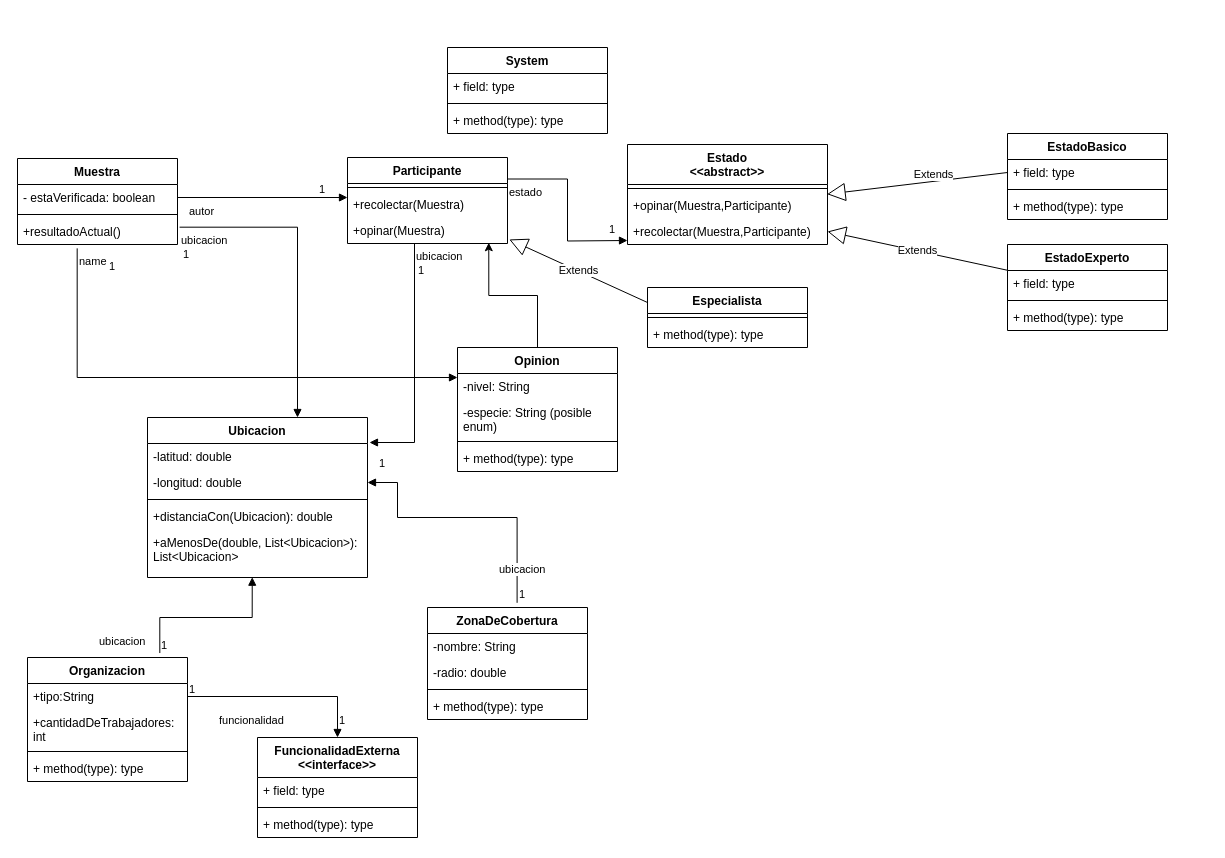
Before: UML Tp Final1.drawio in j0aquinroldan/unqui-po2-tpFinal, a draw.io diagram. Source tidied: cells renumbered, new cells numbered last; positions are measured from the earlier drawing's top-left corner, leaving out a move shared by most shapes. Both pictures are drawn from the tidied source at 100%, with x=0, y=0 at pixel (17, 47).
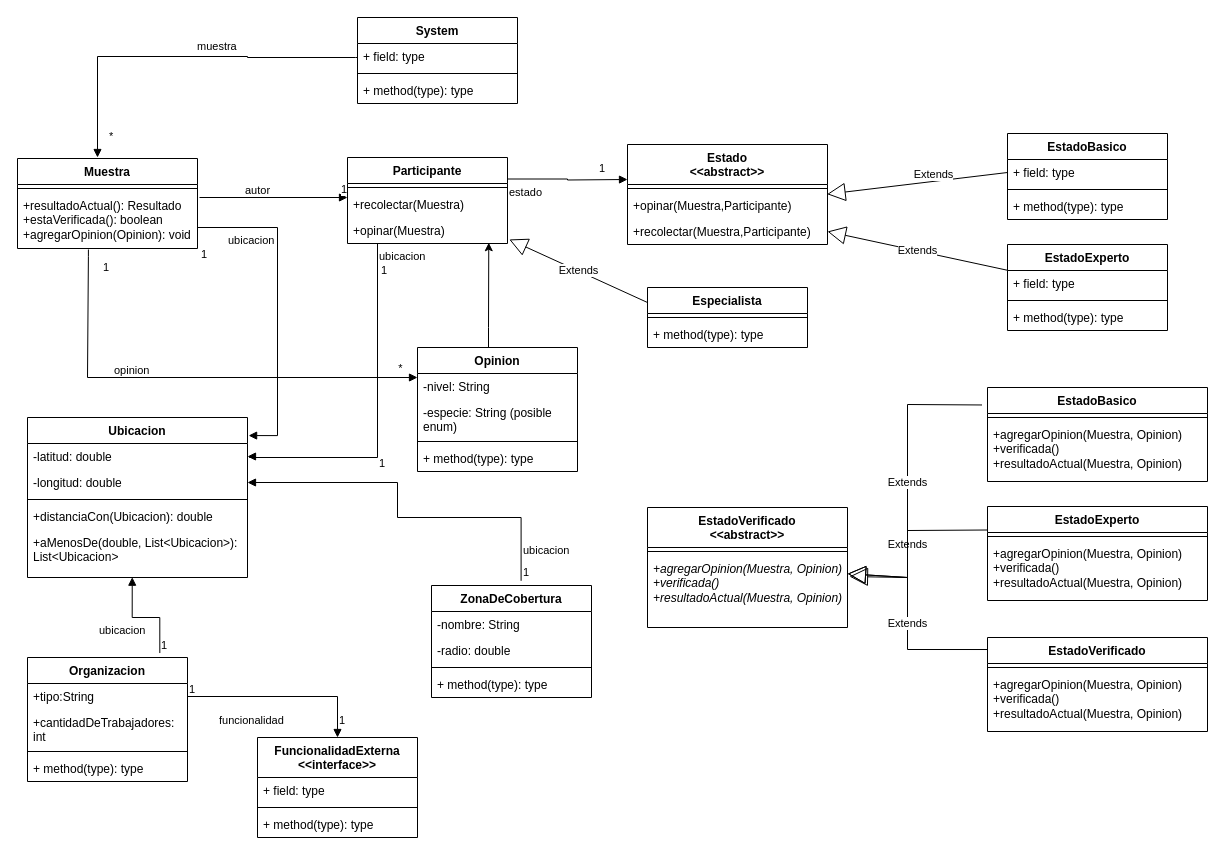
The same page after the edit.

Commit message (it also covers changes not shown here):
Change test folder to tests, UML Modified Muestra, relationships cardinality and arrows.

Unchanged cells that the change refers to:
```xml
<mxCell id="6" value="Participante" style="swimlane;fontStyle=1;align=center;verticalAlign=top;horizontal=1;startSize=26;whiteSpace=wrap;html=1;" parent="1" vertex="1">
  <mxGeometry x="330" y="110" width="160" height="86" as="geometry" />
</mxCell>
<mxCell id="8" value="+recolectar(Muestra)" style="text;strokeColor=none;fillColor=none;align=left;verticalAlign=top;spacingLeft=4;spacingRight=4;overflow=hidden;points=[[0,0.5],[1,0.5]];portConstraint=eastwest;whiteSpace=wrap;html=1;" parent="6" vertex="1">
  <mxGeometry y="34" width="160" height="26" as="geometry" />
</mxCell>
<mxCell id="9" value="+opinar(Muestra)" style="text;strokeColor=none;fillColor=none;align=left;verticalAlign=top;spacingLeft=4;spacingRight=4;overflow=hidden;points=[[0,0.5],[1,0.5]];portConstraint=eastwest;whiteSpace=wrap;html=1;" parent="6" vertex="1">
  <mxGeometry y="60" width="160" height="26" as="geometry" />
</mxCell>
<mxCell id="40" value="-latitud: double" style="text;strokeColor=none;fillColor=none;align=left;verticalAlign=top;spacingLeft=4;spacingRight=4;overflow=hidden;points=[[0,0.5],[1,0.5]];portConstraint=eastwest;whiteSpace=wrap;html=1;" parent="39" vertex="1">
  <mxGeometry y="26" width="220" height="26" as="geometry" />
</mxCell>
<mxCell id="41" value="-longitud: double" style="text;strokeColor=none;fillColor=none;align=left;verticalAlign=top;spacingLeft=4;spacingRight=4;overflow=hidden;points=[[0,0.5],[1,0.5]];portConstraint=eastwest;whiteSpace=wrap;html=1;" parent="39" vertex="1">
  <mxGeometry y="52" width="220" height="26" as="geometry" />
</mxCell>
<mxCell id="44" value="+aMenosDe(double, List&amp;lt;Ubicacion&amp;gt;): List&amp;lt;Ubicacion&amp;gt;" style="text;strokeColor=none;fillColor=none;align=left;verticalAlign=top;spacingLeft=4;spacingRight=4;overflow=hidden;points=[[0,0.5],[1,0.5]];portConstraint=eastwest;whiteSpace=wrap;html=1;" parent="39" vertex="1">
  <mxGeometry y="112" width="220" height="48" as="geometry" />
</mxCell>
<mxCell id="61" value="Organizacion" style="swimlane;fontStyle=1;align=center;verticalAlign=top;horizontal=1;startSize=26;whiteSpace=wrap;html=1;" parent="1" vertex="1">
  <mxGeometry x="10" y="610" width="160" height="124" as="geometry" />
</mxCell>
```

The edit, as a diff of the source:
```diff
@@
     <mxCell id="10" value="Muestra" style="swimlane;fontStyle=1;align=center;verticalAlign=top;horizontal=1;startSize=26;whiteSpace=wrap;html=1;" parent="1" vertex="1">
-      <mxGeometry y="111" width="160" height="86" as="geometry" />
+      <mxGeometry y="111" width="180" height="90" as="geometry" />
     </mxCell>
-    <mxCell id="11" value="- estaVerificada: boolean" style="text;strokeColor=none;fillColor=none;align=left;verticalAlign=top;spacingLeft=4;spacingRight=4;overflow=hidden;points=[[0,0.5],[1,0.5]];portConstraint=eastwest;whiteSpace=wrap;html=1;" parent="10" vertex="1">
-      <mxGeometry y="26" width="160" height="26" as="geometry" />
-    </mxCell>
     <mxCell id="12" style="line;strokeWidth=1;fillColor=none;align=left;verticalAlign=middle;spacingTop=-1;spacingLeft=3;spacingRight=3;labelPosition=right;strokeColor=inherit;" parent="10" vertex="1">
-      <mxGeometry y="52" width="160" height="8" as="geometry" />
+      <mxGeometry y="26" width="180" height="8" as="geometry" />
     </mxCell>
-    <mxCell id="13" value="+resultadoActual()&amp;nbsp;" style="text;strokeColor=none;fillColor=none;align=left;verticalAlign=top;spacingLeft=4;spacingRight=4;overflow=hidden;points=[[0,0.5],[1,0.5]];portConstraint=eastwest;whiteSpace=wrap;html=1;" parent="10" vertex="1">
-      <mxGeometry y="60" width="160" height="26" as="geometry" />
+    <mxCell id="13" value="+resultadoActual(): Resultado&lt;br&gt;+estaVerificada(): boolean&lt;br&gt;+agregarOpinion(Opinion): void" style="text;strokeColor=none;fillColor=none;align=left;verticalAlign=top;spacingLeft=4;spacingRight=4;overflow=hidden;points=[[0,0.5],[1,0.5]];portConstraint=eastwest;whiteSpace=wrap;html=1;" parent="10" vertex="1">
+      <mxGeometry y="34" width="180" height="56" as="geometry" />
     </mxCell>
     <mxCell id="14" value="System" style="swimlane;fontStyle=1;align=center;verticalAlign=top;horizontal=1;startSize=26;whiteSpace=wrap;html=1;" parent="1" vertex="1">
-      <mxGeometry x="430" width="160" height="86" as="geometry" />
+      <mxGeometry x="340" y="-30" width="160" height="86" as="geometry" />
     </mxCell>
@@
-    <mxCell id="18" value="ubicacion" style="endArrow=block;endFill=1;html=1;edgeStyle=orthogonalEdgeStyle;align=left;verticalAlign=top;rounded=0;entryX=1.009;entryY=-0.038;entryDx=0;entryDy=0;entryPerimeter=0;" parent="1" edge="1" source="9" target="40">
+    <mxCell id="18" value="ubicacion" style="endArrow=block;endFill=1;html=1;edgeStyle=orthogonalEdgeStyle;align=left;verticalAlign=top;rounded=0;entryX=1;entryY=0.5;entryDx=0;entryDy=0;" parent="1" edge="1" source="9" target="40">
       <mxGeometry x="-1" relative="1" as="geometry">
         <Array as="points">
-          <mxPoint x="397" y="395" />
+          <mxPoint x="360" y="410" />
+          <mxPoint x="232" y="410" />
+          <mxPoint x="232" y="409" />
         </Array>
       </mxGeometry>
     </mxCell>
@@
-    <mxCell id="20" value="estado" style="endArrow=block;endFill=1;html=1;edgeStyle=orthogonalEdgeStyle;align=left;verticalAlign=top;rounded=0;exitX=1;exitY=0.25;exitDx=0;exitDy=0;entryX=0;entryY=0.5;entryDx=0;entryDy=0;" parent="1" edge="1" source="6">
+    <mxCell id="20" value="estado" style="endArrow=block;endFill=1;html=1;edgeStyle=orthogonalEdgeStyle;align=left;verticalAlign=top;rounded=0;exitX=1;exitY=0.25;exitDx=0;exitDy=0;" parent="1" edge="1" source="6">
       <mxGeometry x="-1" relative="1" as="geometry">
-        <mxPoint x="610" y="193" as="targetPoint" />
+        <mxPoint x="610" y="132" as="targetPoint" />
       </mxGeometry>
     </mxCell>
     <mxCell id="21" value="1" style="edgeLabel;html=1;align=left;verticalAlign=bottom;" parent="1" vertex="1">
-      <mxGeometry x="590" y="190" as="geometry" />
+      <mxGeometry x="580" y="129" as="geometry" />
     </mxCell>
-    <mxCell id="22" value="ubicacion" style="endArrow=block;endFill=1;html=1;edgeStyle=orthogonalEdgeStyle;align=left;verticalAlign=top;rounded=0;exitX=1.013;exitY=0.334;exitDx=0;exitDy=0;exitPerimeter=0;" parent="1" edge="1" source="13" target="39">
-      <mxGeometry x="-1" relative="1" as="geometry">
+    <mxCell id="22" value="ubicacion" style="endArrow=block;endFill=1;html=1;edgeStyle=orthogonalEdgeStyle;align=left;verticalAlign=top;rounded=0;entryX=1.005;entryY=0.113;entryDx=0;entryDy=0;entryPerimeter=0;" parent="1" edge="1" target="39">
+      <mxGeometry x="-0.82" relative="1" as="geometry">
+        <mxPoint x="180" y="180" as="sourcePoint" />
         <Array as="points">
-          <mxPoint x="280" y="180" />
+          <mxPoint x="260" y="180" />
+          <mxPoint x="260" y="388" />
         </Array>
       </mxGeometry>
     </mxCell>
@@
-    <mxCell id="24" value="autor" style="endArrow=block;endFill=1;html=1;edgeStyle=orthogonalEdgeStyle;align=left;verticalAlign=top;rounded=0;exitX=1;exitY=0.5;exitDx=0;exitDy=0;entryX=0;entryY=0.231;entryDx=0;entryDy=0;entryPerimeter=0;" parent="1" edge="1" source="11" target="8">
-      <mxGeometry x="-0.88" y="-1" relative="1" as="geometry" />
+    <mxCell id="24" value="autor" style="endArrow=block;endFill=1;html=1;edgeStyle=orthogonalEdgeStyle;align=left;verticalAlign=top;rounded=0;entryX=0;entryY=0.231;entryDx=0;entryDy=0;entryPerimeter=0;" parent="1" edge="1" target="8">
+      <mxGeometry x="-0.41" y="20" relative="1" as="geometry">
+        <mxPoint x="182" y="150" as="sourcePoint" />
+        <Array as="points">
+          <mxPoint x="182" y="150" />
+        </Array>
+      </mxGeometry>
     </mxCell>
@@
     <mxCell id="39" value="Ubicacion" style="swimlane;fontStyle=1;align=center;verticalAlign=top;horizontal=1;startSize=26;whiteSpace=wrap;html=1;" parent="1" vertex="1">
-      <mxGeometry x="130" y="370" width="220" height="160" as="geometry" />
+      <mxGeometry x="10" y="370" width="220" height="160" as="geometry" />
     </mxCell>
@@
     <mxCell id="45" value="ZonaDeCobertura" style="swimlane;fontStyle=1;align=center;verticalAlign=top;horizontal=1;startSize=26;whiteSpace=wrap;html=1;" parent="1" vertex="1">
-      <mxGeometry x="410" y="560" width="160" height="112" as="geometry" />
+      <mxGeometry x="414" y="538" width="160" height="112" as="geometry" />
     </mxCell>
@@
     <mxCell id="50" style="edgeStyle=orthogonalEdgeStyle;rounded=0;jettySize=auto;html=1;entryX=0.883;entryY=0.971;entryDx=0;entryDy=0;entryPerimeter=0;" parent="1" edge="1" source="51" target="9">
-      <mxGeometry relative="1" as="geometry" />
+      <mxGeometry relative="1" as="geometry">
+        <Array as="points">
+          <mxPoint x="471" y="280" />
+          <mxPoint x="471" y="280" />
+        </Array>
+      </mxGeometry>
     </mxCell>
     <mxCell id="51" value="Opinion" style="swimlane;fontStyle=1;align=center;verticalAlign=top;horizontal=1;startSize=26;whiteSpace=wrap;html=1;" parent="1" vertex="1">
-      <mxGeometry x="440" y="300" width="160" height="124" as="geometry" />
+      <mxGeometry x="400" y="300" width="160" height="124" as="geometry" />
     </mxCell>
@@
-    <mxCell id="56" value="name" style="endArrow=block;endFill=1;html=1;edgeStyle=orthogonalEdgeStyle;align=left;verticalAlign=top;rounded=0;exitX=0.373;exitY=1.149;exitDx=0;exitDy=0;exitPerimeter=0;" parent="1" edge="1" source="13">
-      <mxGeometry x="-1" relative="1" as="geometry">
-        <mxPoint x="440" y="330" as="targetPoint" />
+    <mxCell id="56" value="opinion" style="endArrow=block;endFill=1;html=1;edgeStyle=orthogonalEdgeStyle;align=left;verticalAlign=top;rounded=0;exitX=0.394;exitY=1.018;exitDx=0;exitDy=0;exitPerimeter=0;" parent="1" edge="1" source="13">
+      <mxGeometry x="-0.33" y="20" relative="1" as="geometry">
+        <mxPoint x="400" y="330" as="targetPoint" />
         <Array as="points">
-          <mxPoint x="60" y="330" />
+          <mxPoint x="71" y="209" />
+          <mxPoint x="70" y="330" />
         </Array>
       </mxGeometry>
     </mxCell>
     <mxCell id="57" value="1" style="edgeLabel;html=1;align=left;verticalAlign=bottom;" parent="56" vertex="1">
       <mxGeometry x="-1" relative="1" as="geometry">
-        <mxPoint x="30" y="26" as="offset" />
+        <mxPoint x="13" y="26" as="offset" />
       </mxGeometry>
     </mxCell>
+    <mxCell id="76" value="*" style="edgeLabel;html=1;align=center;verticalAlign=middle;" parent="56" vertex="1">
+      <mxGeometry x="0.92" y="1" relative="1" as="geometry">
+        <mxPoint y="-9" as="offset" />
+      </mxGeometry>
+    </mxCell>
     <mxCell id="58" value="ubicacion" style="endArrow=block;endFill=1;html=1;edgeStyle=orthogonalEdgeStyle;align=left;verticalAlign=top;rounded=0;entryX=1;entryY=0.5;entryDx=0;entryDy=0;exitX=0.56;exitY=-0.042;exitDx=0;exitDy=0;exitPerimeter=0;" parent="1" edge="1" source="45" target="41">
       <mxGeometry x="-0.66" y="20" relative="1" as="geometry">
         <Array as="points">
-          <mxPoint x="500" y="470" />
+          <mxPoint x="504" y="470" />
           <mxPoint x="380" y="470" />
           <mxPoint x="380" y="435" />
         </Array>
       </mxGeometry>
     </mxCell>
@@
     <mxCell id="66" value="ubicacion" style="endArrow=block;endFill=1;html=1;edgeStyle=orthogonalEdgeStyle;align=left;verticalAlign=top;rounded=0;entryX=0.476;entryY=0.994;entryDx=0;entryDy=0;entryPerimeter=0;exitX=0.827;exitY=-0.036;exitDx=0;exitDy=0;exitPerimeter=0;" parent="1" edge="1" source="61" target="44">
-      <mxGeometry x="-0.7" y="62" relative="1" as="geometry" />
+      <mxGeometry x="0.22" y="35" relative="1" as="geometry" />
     </mxCell>
@@
+    <mxCell id="77" value="muestra" style="endArrow=block;endFill=1;html=1;edgeStyle=orthogonalEdgeStyle;align=left;verticalAlign=top;rounded=0;" parent="1" edge="1">
+      <mxGeometry x="-0.1" y="-23" relative="1" as="geometry">
+        <mxPoint x="340" y="10" as="sourcePoint" />
+        <mxPoint x="80" y="110" as="targetPoint" />
+        <Array as="points">
+          <mxPoint x="338" y="10" />
+          <mxPoint x="230" y="10" />
+          <mxPoint x="230" y="9" />
+          <mxPoint x="80" y="9" />
+        </Array>
+      </mxGeometry>
+    </mxCell>
+    <mxCell id="78" value="*" style="edgeLabel;html=1;align=left;verticalAlign=bottom;" parent="77" vertex="1">
+      <mxGeometry x="-1" relative="1" as="geometry">
+        <mxPoint x="-250" y="87" as="offset" />
+      </mxGeometry>
+    </mxCell>
+    <mxCell id="79" value="EstadoVerificado&lt;br&gt;&amp;lt;&amp;lt;abstract&amp;gt;&amp;gt;" style="swimlane;fontStyle=1;align=center;verticalAlign=top;horizontal=1;startSize=40;whiteSpace=wrap;html=1;" parent="1" vertex="1">
+      <mxGeometry x="630" y="460" width="200" height="120" as="geometry" />
+    </mxCell>
+    <mxCell id="80" style="line;strokeWidth=1;fillColor=none;align=left;verticalAlign=middle;spacingTop=-1;spacingLeft=3;spacingRight=3;labelPosition=right;strokeColor=inherit;" parent="79" vertex="1">
+      <mxGeometry y="40" width="200" height="8" as="geometry" />
+    </mxCell>
+    <mxCell id="81" value="&lt;i&gt;+agregarOpinion(Muestra, Opinion)&lt;br&gt;+verificada()&lt;br&gt;+resultadoActual(Muestra, Opinion)&lt;/i&gt;" style="text;strokeColor=none;fillColor=none;align=left;verticalAlign=top;spacingLeft=4;spacingRight=4;overflow=hidden;points=[[0,0.5],[1,0.5]];portConstraint=eastwest;whiteSpace=wrap;html=1;" parent="79" vertex="1">
+      <mxGeometry y="48" width="200" height="72" as="geometry" />
+    </mxCell>
+    <mxCell id="82" value="EstadoVerificado" style="swimlane;fontStyle=1;align=center;verticalAlign=top;horizontal=1;startSize=26;whiteSpace=wrap;html=1;" parent="1" vertex="1">
+      <mxGeometry x="970" y="590" width="220" height="94" as="geometry" />
+    </mxCell>
+    <mxCell id="83" style="line;strokeWidth=1;fillColor=none;align=left;verticalAlign=middle;spacingTop=-1;spacingLeft=3;spacingRight=3;labelPosition=right;strokeColor=inherit;" parent="82" vertex="1">
+      <mxGeometry y="26" width="220" height="8" as="geometry" />
+    </mxCell>
+    <mxCell id="84" value="+agregarOpinion(Muestra, Opinion)&lt;br&gt;+verificada()&lt;br&gt;+resultadoActual(Muestra, Opinion)" style="text;strokeColor=none;fillColor=none;align=left;verticalAlign=top;spacingLeft=4;spacingRight=4;overflow=hidden;whiteSpace=wrap;html=1;" parent="82" vertex="1">
+      <mxGeometry y="34" width="220" height="60" as="geometry" />
+    </mxCell>
+    <mxCell id="85" value="EstadoExperto" style="swimlane;fontStyle=1;align=center;verticalAlign=top;horizontal=1;startSize=26;whiteSpace=wrap;html=1;" parent="1" vertex="1">
+      <mxGeometry x="970" y="459" width="220" height="94" as="geometry" />
+    </mxCell>
+    <mxCell id="86" style="line;strokeWidth=1;fillColor=none;align=left;verticalAlign=middle;spacingTop=-1;spacingLeft=3;spacingRight=3;labelPosition=right;strokeColor=inherit;" parent="85" vertex="1">
+      <mxGeometry y="26" width="220" height="8" as="geometry" />
+    </mxCell>
+    <mxCell id="87" value="+agregarOpinion(Muestra, Opinion)&lt;br&gt;+verificada()&lt;br&gt;+resultadoActual(Muestra, Opinion)" style="text;strokeColor=none;fillColor=none;align=left;verticalAlign=top;spacingLeft=4;spacingRight=4;overflow=hidden;whiteSpace=wrap;html=1;" parent="85" vertex="1">
+      <mxGeometry y="34" width="220" height="60" as="geometry" />
+    </mxCell>
+    <mxCell id="88" value="EstadoBasico" style="swimlane;fontStyle=1;align=center;verticalAlign=top;horizontal=1;startSize=26;whiteSpace=wrap;html=1;" parent="1" vertex="1">
+      <mxGeometry x="970" y="340" width="220" height="94" as="geometry" />
+    </mxCell>
+    <mxCell id="89" style="line;strokeWidth=1;fillColor=none;align=left;verticalAlign=middle;spacingTop=-1;spacingLeft=3;spacingRight=3;labelPosition=right;strokeColor=inherit;" parent="88" vertex="1">
+      <mxGeometry y="26" width="220" height="8" as="geometry" />
+    </mxCell>
+    <mxCell id="90" value="+agregarOpinion(Muestra, Opinion)&lt;br&gt;+verificada()&lt;br&gt;+resultadoActual(Muestra, Opinion)" style="text;strokeColor=none;fillColor=none;align=left;verticalAlign=top;spacingLeft=4;spacingRight=4;overflow=hidden;whiteSpace=wrap;html=1;" parent="88" vertex="1">
+      <mxGeometry y="34" width="220" height="60" as="geometry" />
+    </mxCell>
+    <mxCell id="91" value="Extends" style="endArrow=block;endSize=16;endFill=0;html=1;rounded=0;exitX=0;exitY=0.128;exitDx=0;exitDy=0;exitPerimeter=0;" parent="1" edge="1" source="82" target="79">
+      <mxGeometry relative="1" as="geometry">
+        <Array as="points">
+          <mxPoint x="890" y="602" />
+          <mxPoint x="890" y="530" />
+        </Array>
+      </mxGeometry>
+    </mxCell>
+    <mxCell id="92" value="Extends" style="endArrow=block;endSize=16;endFill=0;html=1;rounded=0;exitX=0;exitY=0.25;exitDx=0;exitDy=0;" parent="1" edge="1" source="85" target="79">
+      <mxGeometry relative="1" as="geometry">
+        <Array as="points">
+          <mxPoint x="890" y="483" />
+          <mxPoint x="890" y="530" />
+        </Array>
+      </mxGeometry>
+    </mxCell>
+    <mxCell id="93" value="Extends" style="endArrow=block;endSize=16;endFill=0;html=1;rounded=0;exitX=-0.025;exitY=0.186;exitDx=0;exitDy=0;exitPerimeter=0;entryX=1.01;entryY=0.292;entryDx=0;entryDy=0;entryPerimeter=0;" parent="1" edge="1" source="88" target="81">
+      <mxGeometry relative="1" as="geometry">
+        <Array as="points">
+          <mxPoint x="890" y="357" />
+          <mxPoint x="890" y="530" />
+        </Array>
+      </mxGeometry>
+    </mxCell>
```
